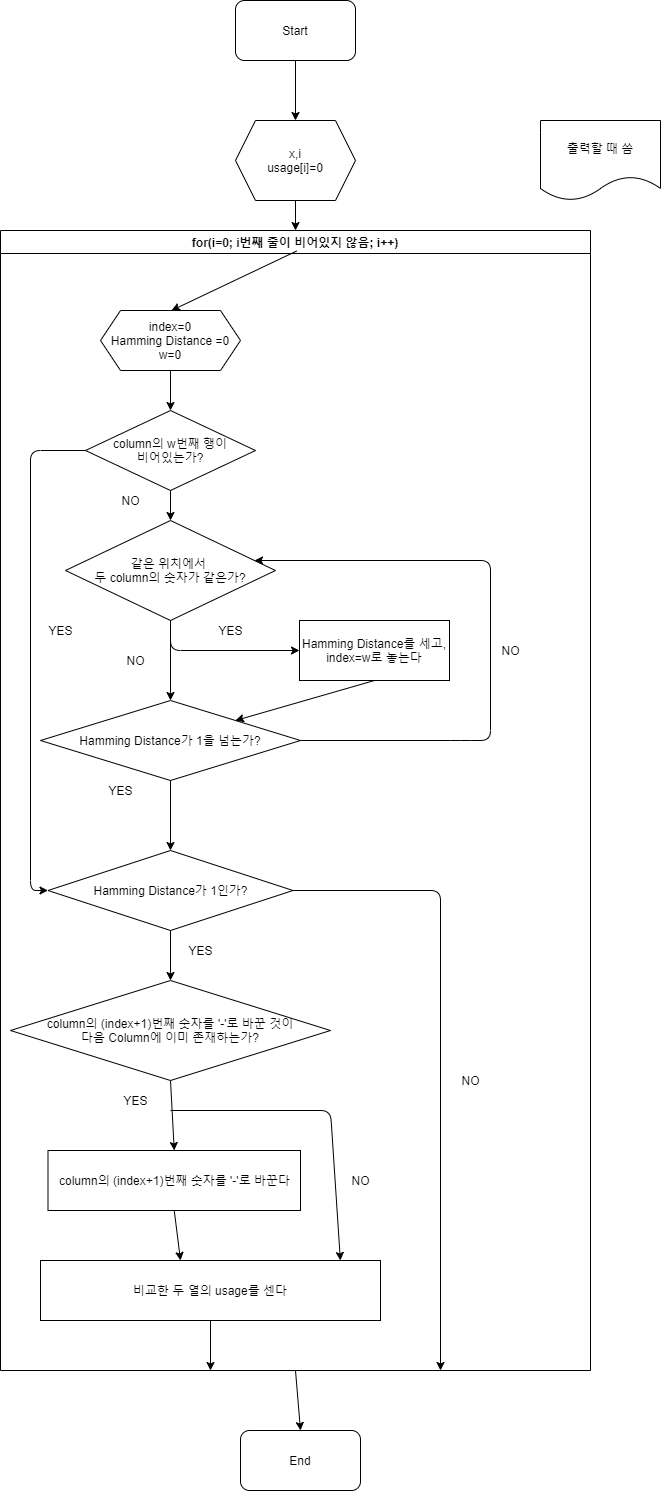
Earlier version of the draw.io export 순서도/MakeColumn.png (aaron-rev/QuinMc_C2Plus). Source tidied: cells renumbered, new cells last; positions are measured from the earlier drawing's top-left corner, leaving out a move shared by most shapes.
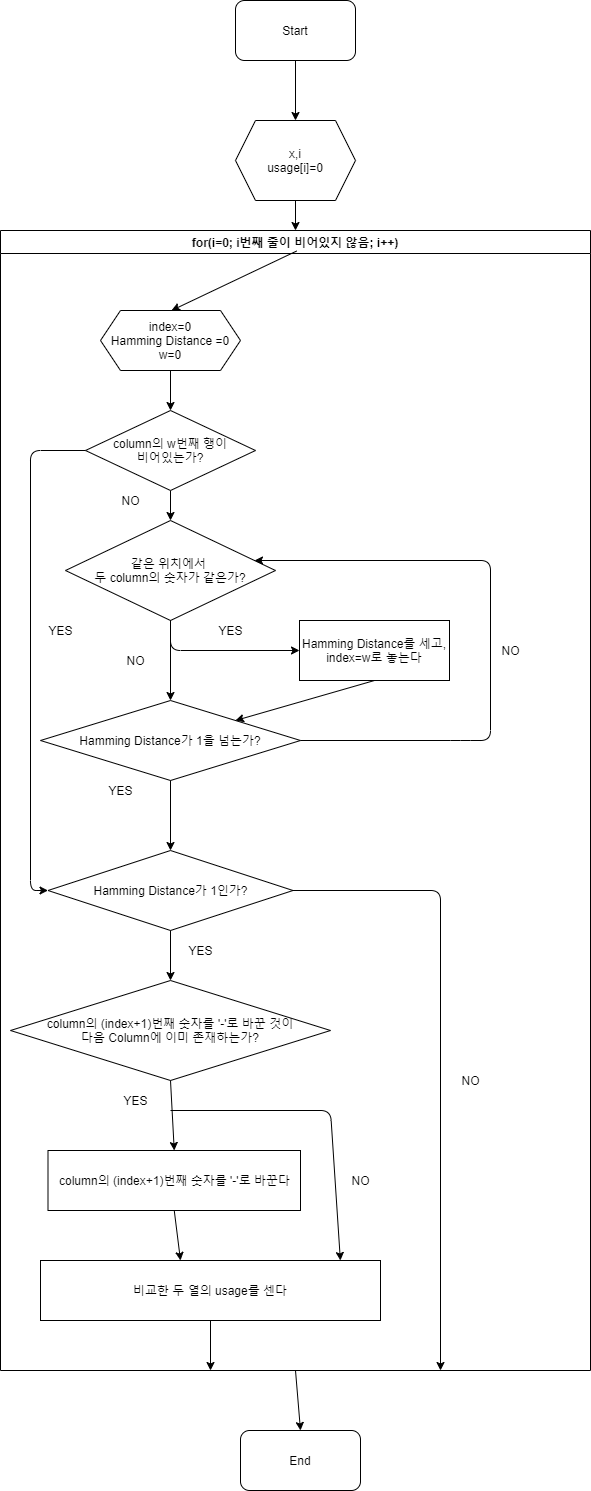
Later version of the same file.

Commit message:
출력할 때 씀이라고 써있는 거 지움

Diff of the diagram source:
```diff
@@ -14,9 +14,6 @@
     <mxCell id="5" style="endArrow=classic;html=1;exitX=0.5;exitY=1;exitDx=0;exitDy=0;entryX=0.5;entryY=0;entryDx=0;entryDy=0;" parent="1" edge="1" source="4" target="7">
       <mxGeometry relative="1" as="geometry" />
     </mxCell>
-    <mxCell id="6" value="출력할 때 씀" style="shape=document;whiteSpace=wrap;html=1;boundedLbl=1;" parent="1" vertex="1">
-      <mxGeometry x="540" y="120" width="120" height="80" as="geometry" />
-    </mxCell>
     <mxCell id="7" value="for(i=0; i번째 줄이 비어있지 않음; i++)" style="swimlane;" parent="1" vertex="1">
       <mxGeometry y="230" width="590" height="1140" as="geometry" />
     </mxCell>
```
